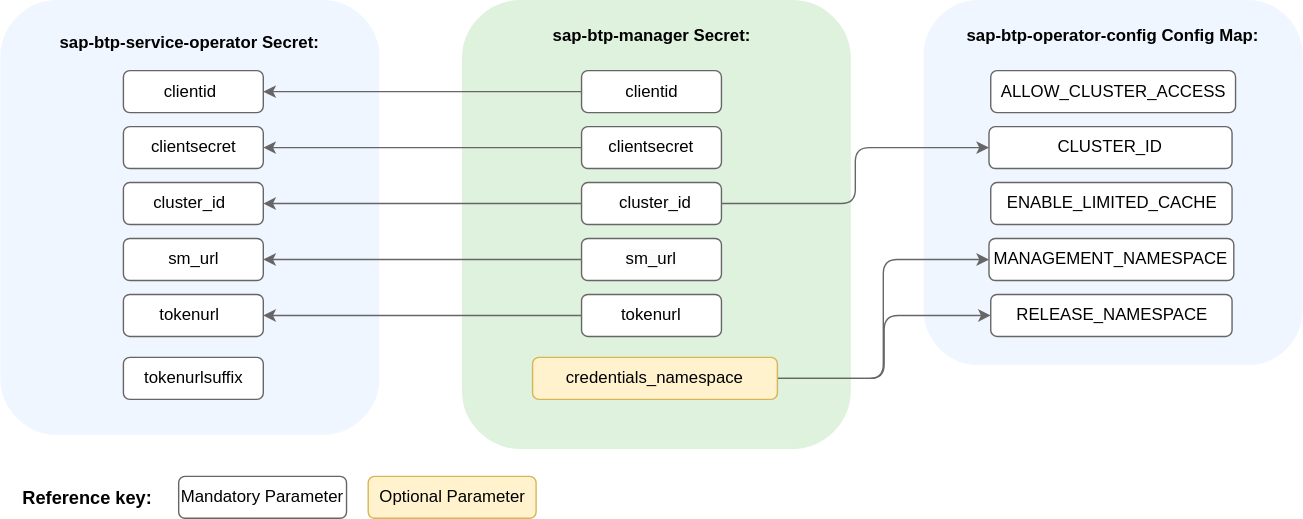
The draw.io diagram docs/assets/module_credentials_customized.drawio.svg in kyma-project/btp-manager, before a commit. Source tidied: cells renumbered, new cells last; positions are measured from the earlier drawing's top-left corner, leaving out a move shared by most shapes.
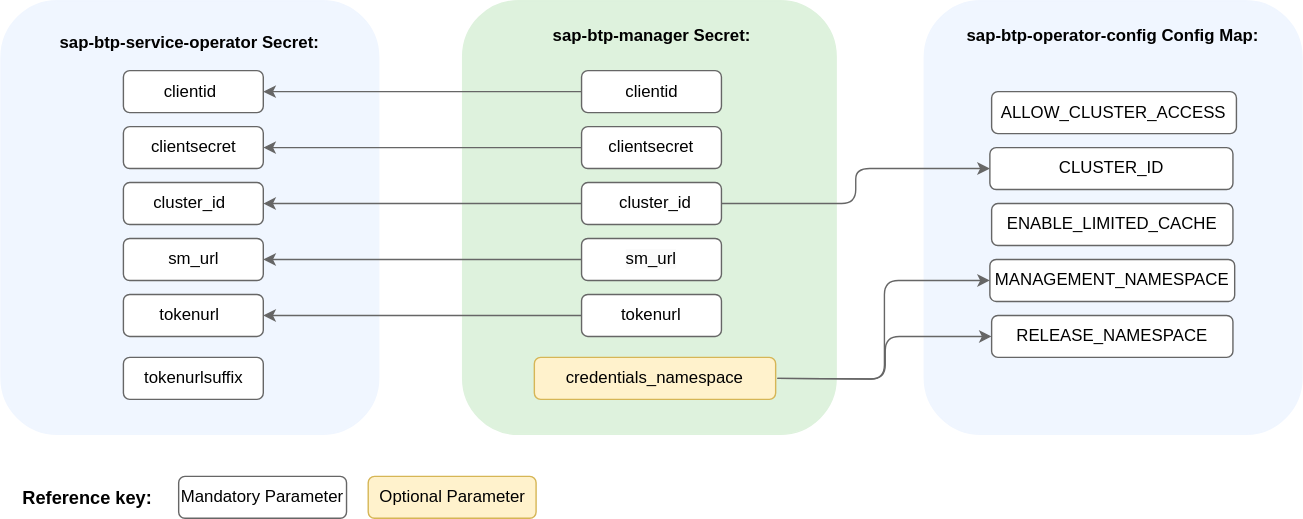
The same diagram one commit later.

Diff of the diagram source:
```diff
@@ -2,9 +2,9 @@
   <root>
     <mxCell id="0" />
     <mxCell id="1" parent="0" />
-    <mxCell id="2" style="rounded=1;whiteSpace=wrap;html=1;strokeColor=#f0f6ff;fillColor=#f0f6ff;" parent="1" vertex="1">
-      <mxGeometry x="660" width="270" height="260" as="geometry" />
-    </mxCell>
+    <mxCell id="45" style="rounded=1;whiteSpace=wrap;html=1;strokeColor=#f0f6ff;fillColor=#f0f6ff;" parent="1" vertex="1">
+      <mxGeometry x="660" width="270" height="310" as="geometry" />
+    </mxCell>
     <mxCell id="3" style="rounded=1;whiteSpace=wrap;html=1;strokeColor=#f0f6ff;fillColor=#f0f6ff;" parent="1" vertex="1">
       <mxGeometry width="270" height="310" as="geometry" />
     </mxCell>
@@ -24,7 +24,7 @@
       <mxGeometry x="87.5" y="50" width="100" height="30" as="geometry" />
     </mxCell>
     <mxCell id="9" style="rounded=1;whiteSpace=wrap;html=1;strokeColor=#def2dd;fillColor=#def2dd;" parent="1" vertex="1">
-      <mxGeometry x="330" width="277" height="320" as="geometry" />
+      <mxGeometry x="330" width="267" height="310" as="geometry" />
     </mxCell>
     <mxCell id="10" value="&lt;font size=&quot;1&quot; style=&quot;&quot;&gt;&lt;b style=&quot;font-size: 12px;&quot;&gt;sap-btp-manager Secret:&lt;/b&gt;&lt;/font&gt;" style="text;html=1;align=center;verticalAlign=middle;whiteSpace=wrap;rounded=0;" parent="1" vertex="1">
       <mxGeometry x="382.5" y="10" width="165" height="30" as="geometry" />
@@ -96,32 +96,33 @@
       <mxGeometry x="87.5" y="255" width="100" height="30" as="geometry" />
     </mxCell>
     <mxCell id="33" value="&lt;span style=&quot;text-align: left;&quot;&gt;ENABLE_LIMITED_CACHE&lt;/span&gt;" style="rounded=1;whiteSpace=wrap;html=1;strokeColor=#666666;" parent="1" vertex="1">
-      <mxGeometry x="707.5" y="130" width="172.5" height="30" as="geometry" />
+      <mxGeometry x="708.1" y="145" width="172.5" height="30" as="geometry" />
     </mxCell>
     <mxCell id="34" value="&lt;b style=&quot;text-align: left;&quot;&gt;sap-btp-operator-config Config Map:&lt;/b&gt;" style="text;html=1;align=center;verticalAlign=middle;whiteSpace=wrap;rounded=0;" parent="1" vertex="1">
       <mxGeometry x="685" y="10" width="220" height="30" as="geometry" />
     </mxCell>
     <mxCell id="35" value="&lt;span style=&quot;text-align: left;&quot;&gt;MANAGEMENT_NAMESPACE&lt;/span&gt;" style="rounded=1;whiteSpace=wrap;html=1;strokeColor=#666666;" parent="1" vertex="1">
-      <mxGeometry x="706.2" y="170" width="175" height="30" as="geometry" />
+      <mxGeometry x="706.9" y="185" width="175" height="30" as="geometry" />
     </mxCell>
     <mxCell id="36" value="&lt;span style=&quot;text-align: left;&quot;&gt;RELEASE_NAMESPACE&lt;/span&gt;" style="rounded=1;whiteSpace=wrap;html=1;strokeColor=#666666;" parent="1" vertex="1">
-      <mxGeometry x="707.5" y="210" width="172.5" height="30" as="geometry" />
+      <mxGeometry x="708.1" y="225" width="172.5" height="30" as="geometry" />
     </mxCell>
     <mxCell id="37" value="&lt;span style=&quot;text-align: left;&quot;&gt;ALLOW_CLUSTER_ACCESS&lt;/span&gt;" style="rounded=1;whiteSpace=wrap;html=1;strokeColor=#666666;" parent="1" vertex="1">
-      <mxGeometry x="707.5" y="50" width="175" height="30" as="geometry" />
+      <mxGeometry x="708.1" y="65" width="175" height="30" as="geometry" />
     </mxCell>
     <mxCell id="38" value="&lt;span style=&quot;text-align: left;&quot;&gt;CLUSTER_ID&lt;/span&gt;" style="rounded=1;whiteSpace=wrap;html=1;strokeColor=#666666;" parent="1" vertex="1">
-      <mxGeometry x="706.2" y="90" width="173.8" height="30" as="geometry" />
+      <mxGeometry x="706.9" y="105" width="173.8" height="30" as="geometry" />
     </mxCell>
-    <mxCell id="39" style="edgeStyle=orthogonalEdgeStyle;rounded=1;jettySize=auto;html=1;entryX=0;entryY=0.5;entryDx=0;entryDy=0;strokeColor=#666666;curved=0;" parent="1" edge="1" source="41" target="35">
-      <mxGeometry relative="1" as="geometry" />
+    <mxCell id="39" style="edgeStyle=orthogonalEdgeStyle;rounded=1;jettySize=auto;html=1;entryX=0;entryY=0.5;entryDx=0;entryDy=0;strokeColor=#666666;curved=0;" parent="1" edge="1" target="35">
+      <mxGeometry relative="1" as="geometry">
+        <mxPoint x="555" y="270" as="sourcePoint" />
+      </mxGeometry>
     </mxCell>
-    <mxCell id="40" style="edgeStyle=orthogonalEdgeStyle;rounded=1;jettySize=auto;html=1;entryX=0;entryY=0.5;entryDx=0;entryDy=0;curved=0;strokeColor=#666666;" parent="1" edge="1" source="41" target="36">
-      <mxGeometry relative="1" as="geometry" />
+    <mxCell id="40" style="edgeStyle=orthogonalEdgeStyle;rounded=1;jettySize=auto;html=1;entryX=0;entryY=0.5;entryDx=0;entryDy=0;curved=0;strokeColor=#666666;" parent="1" edge="1" target="36">
+      <mxGeometry relative="1" as="geometry">
+        <mxPoint x="555" y="270" as="sourcePoint" />
+      </mxGeometry>
     </mxCell>
-    <mxCell id="41" value="&lt;span style=&quot;text-align: left;&quot;&gt;credentials_namespace&lt;/span&gt;" style="rounded=1;whiteSpace=wrap;html=1;strokeColor=#d6b656;fillColor=#fff2cc;" parent="1" vertex="1">
-      <mxGeometry x="380" y="255" width="175" height="30" as="geometry" />
-    </mxCell>
     <mxCell id="42" value="Mandatory Parameter" style="rounded=1;whiteSpace=wrap;html=1;strokeColor=#666666;" parent="1" vertex="1">
       <mxGeometry x="127" y="340" width="120" height="30" as="geometry" />
     </mxCell>
@@ -131,5 +132,8 @@
     <mxCell id="44" value="&lt;b&gt;&lt;font style=&quot;font-size: 13px;&quot;&gt;Reference key:&lt;/font&gt;&lt;/b&gt;" style="text;html=1;align=center;verticalAlign=middle;whiteSpace=wrap;rounded=0;" parent="1" vertex="1">
       <mxGeometry x="7" y="340" width="110" height="30" as="geometry" />
     </mxCell>
+    <mxCell id="41" value="&lt;span style=&quot;color: rgb(0, 0, 0); font-family: Helvetica; font-size: 12px; font-style: normal; font-variant-ligatures: normal; font-variant-caps: normal; font-weight: 400; letter-spacing: normal; orphans: 2; text-align: left; text-indent: 0px; text-transform: none; widows: 2; word-spacing: 0px; -webkit-text-stroke-width: 0px; white-space: normal; text-decoration-thickness: initial; text-decoration-style: initial; text-decoration-color: initial; float: none; display: inline !important; background-color: rgb(255, 242, 204);&quot;&gt;credentials_namespace&lt;/span&gt;" style="rounded=1;whiteSpace=wrap;html=1;strokeColor=#d6b656;fillColor=#fff2cc;" parent="1" vertex="1">
+      <mxGeometry x="381.2" y="255" width="172.5" height="30" as="geometry" />
+    </mxCell>
   </root>
 </mxGraphModel>
```
